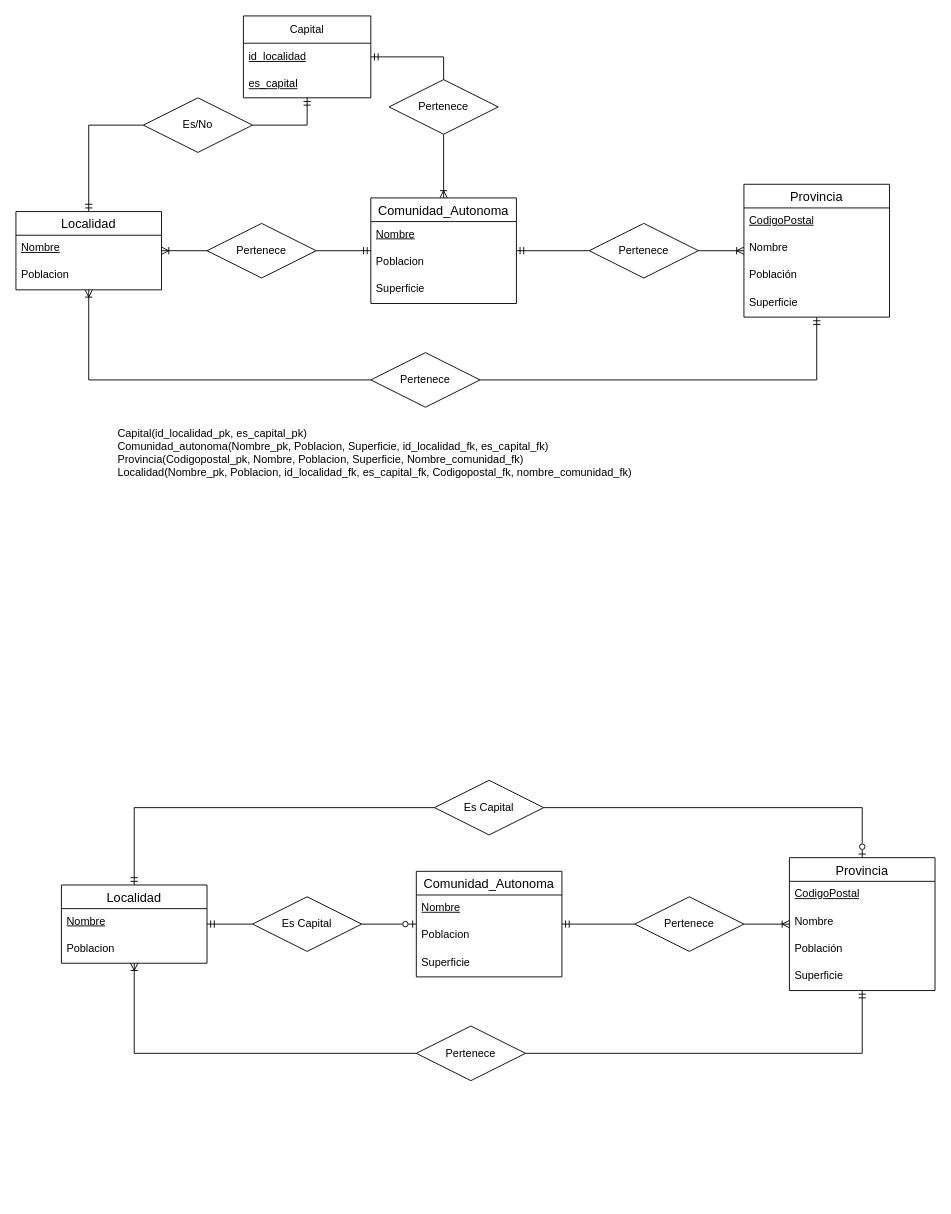
This is Ej3.drawio from AlejandroCara/acr-tsys-modeloER-drawio-1110, a draw.io file, before an edit. Source tidied: cells renumbered, new cells numbered last; positions are measured from the earlier drawing's top-left corner, leaving out a move shared by most shapes. Both pictures are drawn from the tidied source at 91%, with x=0, y=0 at pixel (15, 15).
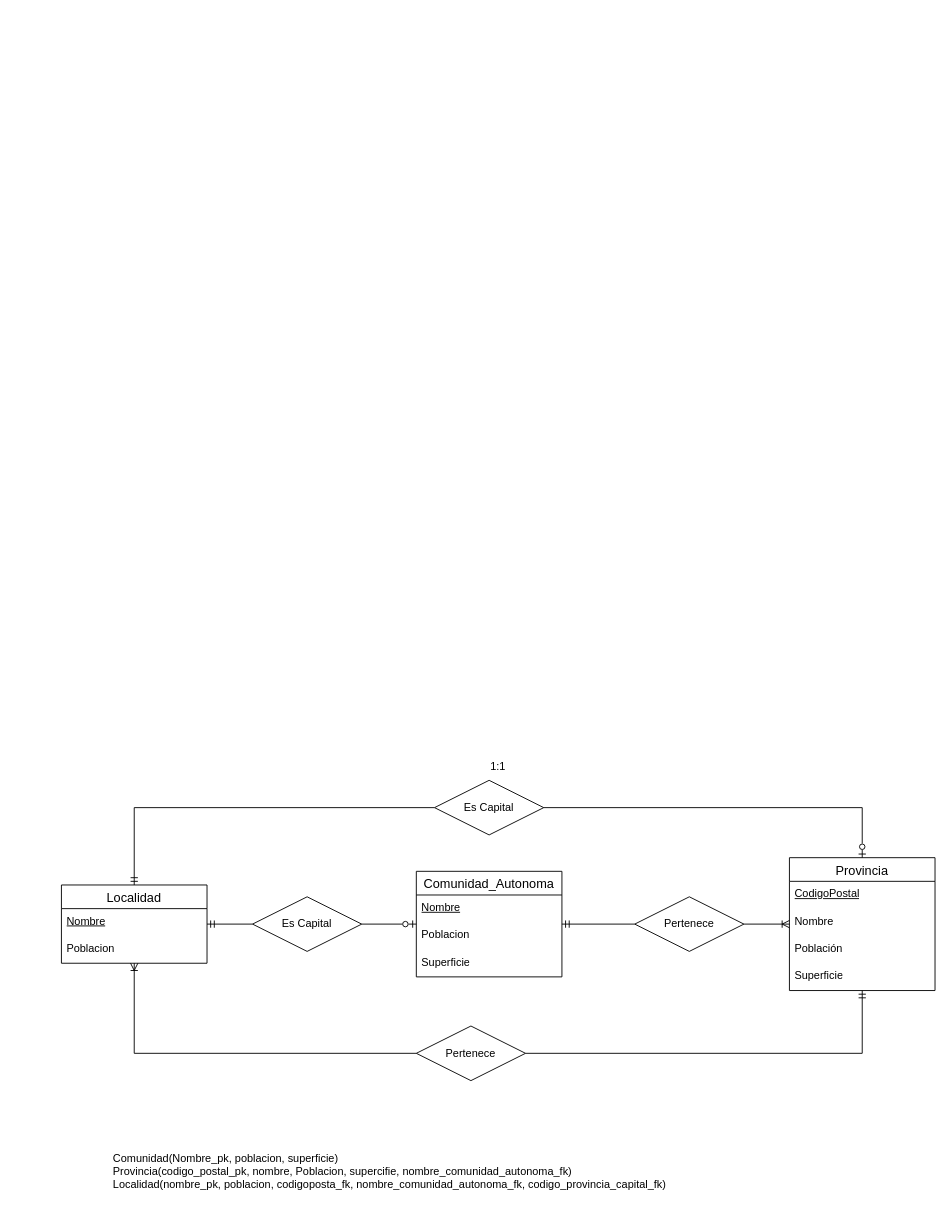
The same page after the edit.

Change to the diagram source:
```diff
@@
-    <mxCell id="2" value="Localidad" style="swimlane;fontStyle=0;horizontal=1;startSize=26;align=center;fontSize=14;" parent="1" vertex="1">
-      <mxGeometry y="215" width="160" height="86" as="geometry" />
-    </mxCell>
-    <mxCell id="3" value="&lt;u&gt;Nombre&lt;/u&gt;" style="text;strokeColor=none;fillColor=none;spacingLeft=4;spacingRight=4;overflow=hidden;fontSize=12;whiteSpace=wrap;html=1;" parent="2" vertex="1">
-      <mxGeometry y="26" width="160" height="30" as="geometry" />
-    </mxCell>
-    <mxCell id="4" value="Poblacion" style="text;strokeColor=none;fillColor=none;spacingLeft=4;spacingRight=4;overflow=hidden;fontSize=12;whiteSpace=wrap;html=1;" parent="2" vertex="1">
-      <mxGeometry y="56" width="160" height="30" as="geometry" />
-    </mxCell>
-    <mxCell id="5" value="Provincia" style="swimlane;fontStyle=0;horizontal=1;startSize=26;align=center;fontSize=14;" parent="1" vertex="1">
-      <mxGeometry x="800" y="185" width="160" height="146" as="geometry" />
-    </mxCell>
-    <mxCell id="6" value="CodigoPostal" style="text;strokeColor=none;fillColor=none;spacingLeft=4;spacingRight=4;overflow=hidden;fontSize=12;whiteSpace=wrap;html=1;fontStyle=4;" parent="5" vertex="1">
-      <mxGeometry y="26" width="160" height="30" as="geometry" />
-    </mxCell>
-    <mxCell id="7" value="Nombre" style="text;strokeColor=none;fillColor=none;spacingLeft=4;spacingRight=4;overflow=hidden;fontSize=12;whiteSpace=wrap;html=1;" parent="5" vertex="1">
-      <mxGeometry y="56" width="160" height="30" as="geometry" />
-    </mxCell>
-    <mxCell id="8" value="Población" style="text;strokeColor=none;fillColor=none;spacingLeft=4;spacingRight=4;overflow=hidden;fontSize=12;whiteSpace=wrap;html=1;" parent="5" vertex="1">
-      <mxGeometry y="86" width="160" height="30" as="geometry" />
-    </mxCell>
-    <mxCell id="9" value="Superficie" style="text;strokeColor=none;fillColor=none;spacingLeft=4;spacingRight=4;overflow=hidden;fontSize=12;whiteSpace=wrap;html=1;" parent="5" vertex="1">
-      <mxGeometry y="116" width="160" height="30" as="geometry" />
-    </mxCell>
-    <mxCell id="10" value="Comunidad_Autonoma" style="swimlane;fontStyle=0;horizontal=1;startSize=26;align=center;fontSize=14;" parent="1" vertex="1">
-      <mxGeometry x="390" y="200" width="160" height="116" as="geometry" />
-    </mxCell>
-    <mxCell id="11" value="&lt;u&gt;Nombre&lt;/u&gt;" style="text;strokeColor=none;fillColor=none;spacingLeft=4;spacingRight=4;overflow=hidden;fontSize=12;whiteSpace=wrap;html=1;" parent="10" vertex="1">
-      <mxGeometry y="26" width="160" height="30" as="geometry" />
-    </mxCell>
-    <mxCell id="12" value="Poblacion" style="text;strokeColor=none;fillColor=none;spacingLeft=4;spacingRight=4;overflow=hidden;fontSize=12;whiteSpace=wrap;html=1;" parent="10" vertex="1">
-      <mxGeometry y="56" width="160" height="30" as="geometry" />
-    </mxCell>
-    <mxCell id="13" value="Superficie" style="text;strokeColor=none;fillColor=none;spacingLeft=4;spacingRight=4;overflow=hidden;fontSize=12;whiteSpace=wrap;html=1;" parent="10" vertex="1">
-      <mxGeometry y="86" width="160" height="30" as="geometry" />
-    </mxCell>
-    <mxCell id="14" value="Pertenece" style="shape=rhombus;perimeter=rhombusPerimeter;whiteSpace=wrap;html=1;align=center;" parent="1" vertex="1">
-      <mxGeometry x="390" y="370" width="120" height="60" as="geometry" />
-    </mxCell>
-    <mxCell id="15" style="endArrow=ERoneToMany;html=1;rounded=0;endFill=0;" parent="1" edge="1" target="2">
-      <mxGeometry relative="1" as="geometry">
-        <mxPoint x="80" y="400" as="sourcePoint" />
-      </mxGeometry>
-    </mxCell>
-    <mxCell id="16" style="endArrow=none;html=1;rounded=0;" parent="1" edge="1" target="14">
-      <mxGeometry relative="1" as="geometry">
-        <mxPoint x="80" y="400" as="sourcePoint" />
-      </mxGeometry>
-    </mxCell>
-    <mxCell id="17" style="endArrow=none;html=1;rounded=0;exitX=1;exitY=0.5;exitDx=0;exitDy=0;" parent="1" edge="1" source="14">
-      <mxGeometry relative="1" as="geometry">
-        <mxPoint x="880" y="400" as="targetPoint" />
-      </mxGeometry>
-    </mxCell>
-    <mxCell id="18" style="endArrow=none;html=1;rounded=0;startArrow=ERmandOne;startFill=0;" parent="1" edge="1" source="5">
-      <mxGeometry relative="1" as="geometry">
-        <mxPoint x="880" y="400" as="targetPoint" />
-      </mxGeometry>
-    </mxCell>
-    <mxCell id="19" value="Pertenece" style="shape=rhombus;perimeter=rhombusPerimeter;whiteSpace=wrap;html=1;align=center;" parent="1" vertex="1">
-      <mxGeometry x="630" y="228" width="120" height="60" as="geometry" />
-    </mxCell>
-    <mxCell id="20" style="endArrow=none;html=1;rounded=0;entryX=0;entryY=0.5;entryDx=0;entryDy=0;startArrow=ERmandOne;startFill=0;" parent="1" edge="1" source="10" target="19">
-      <mxGeometry relative="1" as="geometry" />
-    </mxCell>
-    <mxCell id="21" style="endArrow=ERoneToMany;html=1;rounded=0;exitX=1;exitY=0.5;exitDx=0;exitDy=0;endFill=0;" parent="1" edge="1" source="19" target="5">
-      <mxGeometry relative="1" as="geometry" />
-    </mxCell>
-    <mxCell id="22" style="edgeStyle=orthogonalEdgeStyle;rounded=0;jettySize=auto;html=1;exitX=1;exitY=0.5;exitDx=0;exitDy=0;endArrow=ERmandOne;endFill=0;" parent="1" edge="1" source="23" target="27">
-      <mxGeometry relative="1" as="geometry" />
-    </mxCell>
-    <mxCell id="23" value="Es/No" style="shape=rhombus;perimeter=rhombusPerimeter;whiteSpace=wrap;html=1;align=center;" parent="1" vertex="1">
-      <mxGeometry x="140" y="90" width="120" height="60" as="geometry" />
-    </mxCell>
-    <mxCell id="24" style="endArrow=ERmandOne;html=1;rounded=0;entryX=0.5;entryY=0;entryDx=0;entryDy=0;endFill=0;" parent="1" edge="1" target="2">
-      <mxGeometry relative="1" as="geometry">
-        <mxPoint x="80" y="120" as="sourcePoint" />
-      </mxGeometry>
-    </mxCell>
-    <mxCell id="25" style="endArrow=none;html=1;rounded=0;" parent="1" edge="1" target="23">
-      <mxGeometry relative="1" as="geometry">
-        <mxPoint x="80" y="120" as="sourcePoint" />
-      </mxGeometry>
-    </mxCell>
-    <mxCell id="26" value="&lt;div&gt;Capital(id_localidad_pk, es_capital_pk)&lt;br&gt;&lt;/div&gt;Comunidad_autonoma(Nombre_pk, Poblacion, Superficie, id_localidad_fk, es_capital_fk)&lt;br&gt;&lt;div&gt;Provincia(Codigopostal_pk, Nombre, Poblacion, Superficie, Nombre_comunidad_fk)&lt;div&gt;Localidad(Nombre_pk, Poblacion,&amp;nbsp;id_localidad_fk, es_capital_fk, Codigopostal_fk, nombre_comunidad_fk)&lt;/div&gt;&lt;/div&gt;" style="text;html=1;strokeColor=none;fillColor=none;align=left;verticalAlign=middle;whiteSpace=wrap;rounded=0;" parent="1" vertex="1">
-      <mxGeometry x="110" y="450" width="790" height="60" as="geometry" />
-    </mxCell>
-    <mxCell id="27" value="Capital" style="swimlane;fontStyle=0;horizontal=1;startSize=30;whiteSpace=wrap;html=1;" parent="1" vertex="1">
-      <mxGeometry x="250" width="140" height="90" as="geometry" />
-    </mxCell>
-    <mxCell id="28" value="&lt;u&gt;id_localidad&lt;/u&gt;" style="text;strokeColor=none;fillColor=none;align=left;verticalAlign=middle;spacingLeft=4;spacingRight=4;overflow=hidden;whiteSpace=wrap;html=1;" parent="27" vertex="1">
-      <mxGeometry y="30" width="140" height="30" as="geometry" />
-    </mxCell>
-    <mxCell id="29" value="&lt;u&gt;es_capital&lt;/u&gt;" style="text;strokeColor=none;fillColor=none;align=left;verticalAlign=middle;spacingLeft=4;spacingRight=4;overflow=hidden;whiteSpace=wrap;html=1;" parent="27" vertex="1">
-      <mxGeometry y="60" width="140" height="30" as="geometry" />
-    </mxCell>
-    <mxCell id="30" style="edgeStyle=orthogonalEdgeStyle;rounded=0;jettySize=auto;html=1;exitX=1;exitY=0.5;exitDx=0;exitDy=0;endArrow=ERmandOne;endFill=0;" parent="1" edge="1" source="31" target="10">
-      <mxGeometry relative="1" as="geometry" />
-    </mxCell>
-    <mxCell id="31" value="Pertenece" style="shape=rhombus;perimeter=rhombusPerimeter;whiteSpace=wrap;html=1;align=center;" parent="1" vertex="1">
-      <mxGeometry x="210" y="228" width="120" height="60" as="geometry" />
-    </mxCell>
-    <mxCell id="32" style="edgeStyle=orthogonalEdgeStyle;rounded=0;jettySize=auto;html=1;exitX=0;exitY=0.5;exitDx=0;exitDy=0;endArrow=ERoneToMany;endFill=0;" parent="1" edge="1" source="31" target="2">
-      <mxGeometry relative="1" as="geometry" />
-    </mxCell>
-    <mxCell id="33" style="edgeStyle=orthogonalEdgeStyle;rounded=0;jettySize=auto;html=1;exitX=0.5;exitY=0;exitDx=0;exitDy=0;endArrow=ERmandOne;endFill=0;" parent="1" edge="1" source="35" target="27">
-      <mxGeometry relative="1" as="geometry" />
-    </mxCell>
-    <mxCell id="34" style="edgeStyle=orthogonalEdgeStyle;rounded=0;jettySize=auto;html=1;exitX=0.5;exitY=1;exitDx=0;exitDy=0;endArrow=ERoneToMany;endFill=0;" parent="1" edge="1" source="35" target="10">
-      <mxGeometry relative="1" as="geometry" />
-    </mxCell>
-    <mxCell id="35" value="Pertenece" style="shape=rhombus;perimeter=rhombusPerimeter;whiteSpace=wrap;html=1;align=center;" parent="1" vertex="1">
-      <mxGeometry x="410" y="70" width="120" height="60" as="geometry" />
-    </mxCell>
@@
+    <mxCell id="62" value="Comunidad(Nombre_pk, poblacion, superficie)&lt;br style=&quot;border-color: var(--border-color);&quot;&gt;Provincia(codigo_postal_pk, nombre, Poblacion, supercifie, nombre_comunidad_autonoma_fk)&lt;br&gt;Localidad(nombre_pk, poblacion, codigoposta_fk, nombre_comunidad_autonoma_fk, codigo_provincia_capital_fk)" style="text;html=1;strokeColor=none;fillColor=none;align=left;verticalAlign=middle;whiteSpace=wrap;rounded=0;" parent="1" vertex="1">
+      <mxGeometry x="105" y="1240" width="790" height="60" as="geometry" />
+    </mxCell>
+    <mxCell id="63" value="1:1" style="text;html=1;strokeColor=none;fillColor=none;align=center;verticalAlign=middle;whiteSpace=wrap;rounded=0;" parent="1" vertex="1">
+      <mxGeometry x="500" y="810" width="60" height="30" as="geometry" />
+    </mxCell>
```
